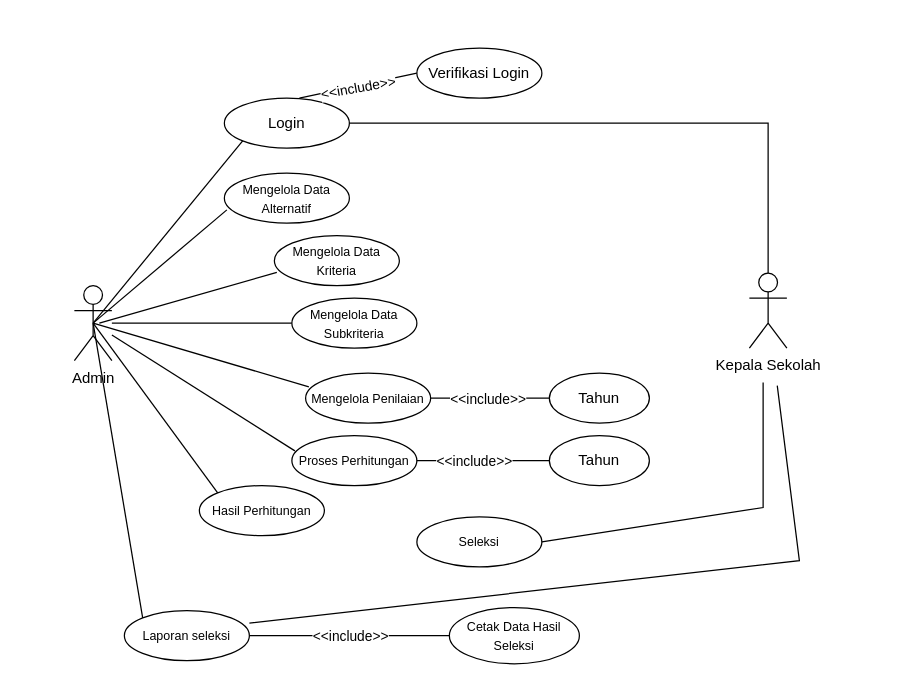
Earlier version of the draw.io diagram inputbeasiswa.drawio (ocawidiahara/oca-web-pertama). Source tidied: cells renumbered, new cells numbered last; positions are measured from the earlier drawing's top-left corner, leaving out a move shared by most shapes. Both pictures are drawn from the tidied source at 125%, with x=0, y=0 at pixel (74, 48).
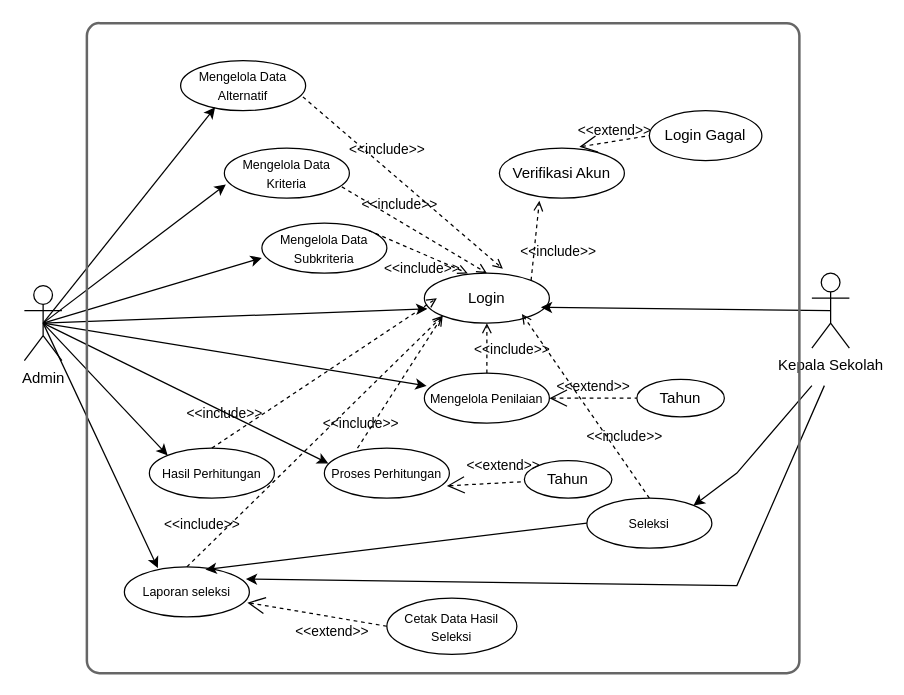
After the change.

Diff of the diagram source:
```diff
@@
     <mxCell id="2" value="Admin" style="shape=umlActor;verticalLabelPosition=bottom;verticalAlign=top;html=1;outlineConnect=0;" parent="1" vertex="1">
-      <mxGeometry y="190" width="30" height="60" as="geometry" />
+      <mxGeometry x="-40" y="190" width="30" height="60" as="geometry" />
     </mxCell>
     <mxCell id="3" value="Login" style="ellipse;whiteSpace=wrap;html=1;" parent="1" vertex="1">
-      <mxGeometry x="120" y="40" width="100" height="40" as="geometry" />
+      <mxGeometry x="280" y="180" width="100" height="40" as="geometry" />
     </mxCell>
-    <mxCell id="4" style="endArrow=none;html=1;rounded=0;entryX=0;entryY=0.5;entryDx=0;entryDy=0;" parent="1" edge="1" target="6">
-      <mxGeometry relative="1" as="geometry">
-        <mxPoint x="180" y="40" as="sourcePoint" />
-      </mxGeometry>
-    </mxCell>
-    <mxCell id="5" value="&amp;lt;&amp;lt;include&amp;gt;&amp;gt;" style="edgeLabel;html=1;align=center;verticalAlign=middle;rotation=-10;" parent="4" vertex="1">
-      <mxGeometry x="0.09" y="-3" relative="1" as="geometry">
-        <mxPoint x="-5" y="-1" as="offset" />
-      </mxGeometry>
-    </mxCell>
-    <mxCell id="6" value="Verifikasi Login" style="ellipse;whiteSpace=wrap;html=1;" parent="1" vertex="1">
-      <mxGeometry x="274" width="100" height="40" as="geometry" />
+    <mxCell id="6" value="Verifikasi Akun" style="ellipse;whiteSpace=wrap;html=1;" parent="1" vertex="1">
+      <mxGeometry x="340" y="80" width="100" height="40" as="geometry" />
     </mxCell>
+    <mxCell id="8" value="&lt;font style=&quot;font-size: 10px;&quot;&gt;Mengelola Data Alternatif&lt;/font&gt;" style="ellipse;whiteSpace=wrap;html=1;" parent="1" vertex="1">
+      <mxGeometry x="85" y="10" width="100" height="40" as="geometry" />
+    </mxCell>
+    <mxCell id="10" value="&lt;font style=&quot;font-size: 10px;&quot;&gt;Mengelola Data Kriteria&lt;/font&gt;" style="ellipse;whiteSpace=wrap;html=1;" parent="1" vertex="1">
+      <mxGeometry x="120" y="80" width="100" height="40" as="geometry" />
+    </mxCell>
+    <mxCell id="12" value="&lt;font style=&quot;font-size: 10px;&quot;&gt;Mengelola Data Subkriteria&lt;/font&gt;" style="ellipse;whiteSpace=wrap;html=1;" parent="1" vertex="1">
+      <mxGeometry x="150" y="140" width="100" height="40" as="geometry" />
+    </mxCell>
+    <mxCell id="14" value="&lt;font style=&quot;font-size: 10px;&quot;&gt;Mengelola Penilaian&lt;/font&gt;" style="ellipse;whiteSpace=wrap;html=1;" parent="1" vertex="1">
+      <mxGeometry x="280" y="260" width="100" height="40" as="geometry" />
+    </mxCell>
+    <mxCell id="16" value="&lt;span style=&quot;font-size: 10px;&quot;&gt;Proses Perhitungan&lt;/span&gt;" style="ellipse;whiteSpace=wrap;html=1;" parent="1" vertex="1">
+      <mxGeometry x="200" y="320" width="100" height="40" as="geometry" />
+    </mxCell>
+    <mxCell id="19" value="Tahun" style="ellipse;whiteSpace=wrap;html=1;" parent="1" vertex="1">
+      <mxGeometry x="450" y="265" width="70" height="30" as="geometry" />
+    </mxCell>
+    <mxCell id="22" value="Tahun" style="ellipse;whiteSpace=wrap;html=1;" parent="1" vertex="1">
+      <mxGeometry x="360" y="330" width="70" height="30" as="geometry" />
+    </mxCell>
+    <mxCell id="24" value="&lt;span style=&quot;font-size: 10px;&quot;&gt;Hasil Perhitungan&lt;/span&gt;" style="ellipse;whiteSpace=wrap;html=1;" parent="1" vertex="1">
+      <mxGeometry x="60" y="320" width="100" height="40" as="geometry" />
+    </mxCell>
+    <mxCell id="26" value="&lt;span style=&quot;font-size: 10px;&quot;&gt;Laporan seleksi&lt;/span&gt;" style="ellipse;whiteSpace=wrap;html=1;" parent="1" vertex="1">
+      <mxGeometry x="40" y="415" width="100" height="40" as="geometry" />
+    </mxCell>
+    <mxCell id="29" value="&lt;font style=&quot;font-size: 10px;&quot;&gt;Cetak Data Hasil Seleksi&lt;/font&gt;" style="ellipse;whiteSpace=wrap;html=1;" parent="1" vertex="1">
+      <mxGeometry x="250" y="440" width="104" height="45" as="geometry" />
+    </mxCell>
+    <mxCell id="31" value="Kepala Sekolah" style="shape=umlActor;verticalLabelPosition=bottom;verticalAlign=top;html=1;outlineConnect=0;" parent="1" vertex="1">
+      <mxGeometry x="590" y="180" width="30" height="60" as="geometry" />
+    </mxCell>
+    <mxCell id="33" value="&lt;span style=&quot;font-size: 10px;&quot;&gt;Seleksi&lt;/span&gt;" style="ellipse;whiteSpace=wrap;html=1;" parent="1" vertex="1">
+      <mxGeometry x="410" y="360" width="100" height="40" as="geometry" />
+    </mxCell>
+    <mxCell id="36" value="Login Gagal" style="ellipse;whiteSpace=wrap;html=1;" parent="1" vertex="1">
+      <mxGeometry x="460" y="50" width="90" height="40" as="geometry" />
+    </mxCell>
+    <mxCell id="35" style="endArrow=classic;html=1;rounded=0;exitX=0.5;exitY=0.5;exitDx=0;exitDy=0;exitPerimeter=0;entryX=0.024;entryY=0.715;entryDx=0;entryDy=0;entryPerimeter=0;" parent="1" edge="1" source="2" target="3">
+      <mxGeometry relative="1" as="geometry" />
+    </mxCell>
-    <mxCell id="7" style="endArrow=none;html=1;rounded=0;exitX=0.5;exitY=0.5;exitDx=0;exitDy=0;exitPerimeter=0;entryX=0.02;entryY=0.735;entryDx=0;entryDy=0;entryPerimeter=0;" parent="1" edge="1" source="2" target="8">
+    <mxCell id="7" style="endArrow=classic;html=1;rounded=0;entryX=0.276;entryY=0.935;entryDx=0;entryDy=0;entryPerimeter=0;exitX=0.5;exitY=0.5;exitDx=0;exitDy=0;exitPerimeter=0;" parent="1" edge="1" source="2" target="8">
       <mxGeometry relative="1" as="geometry" />
     </mxCell>
-    <mxCell id="8" value="&lt;font style=&quot;font-size: 10px;&quot;&gt;Mengelola Data Alternatif&lt;/font&gt;" style="ellipse;whiteSpace=wrap;html=1;" parent="1" vertex="1">
-      <mxGeometry x="120" y="100" width="100" height="40" as="geometry" />
-    </mxCell>
-    <mxCell id="9" style="endArrow=none;html=1;rounded=0;entryX=0.02;entryY=0.735;entryDx=0;entryDy=0;entryPerimeter=0;" parent="1" edge="1" target="10">
-      <mxGeometry relative="1" as="geometry">
-        <mxPoint x="20" y="220" as="sourcePoint" />
-      </mxGeometry>
-    </mxCell>
-    <mxCell id="10" value="&lt;font style=&quot;font-size: 10px;&quot;&gt;Mengelola Data Kriteria&lt;/font&gt;" style="ellipse;whiteSpace=wrap;html=1;" parent="1" vertex="1">
-      <mxGeometry x="160" y="150" width="100" height="40" as="geometry" />
-    </mxCell>
+    <mxCell id="37" style="endArrow=classic;html=1;rounded=0;entryX=0.012;entryY=0.725;entryDx=0;entryDy=0;entryPerimeter=0;exitX=0.5;exitY=0.5;exitDx=0;exitDy=0;exitPerimeter=0;" parent="1" edge="1" source="2" target="10">
+      <mxGeometry relative="1" as="geometry" />
+    </mxCell>
-    <mxCell id="11" style="endArrow=none;html=1;rounded=0;entryX=0;entryY=0.5;entryDx=0;entryDy=0;" parent="1" edge="1" source="2" target="12">
+    <mxCell id="11" style="endArrow=classic;html=1;rounded=0;exitX=0.5;exitY=0.5;exitDx=0;exitDy=0;exitPerimeter=0;entryX=0;entryY=0.695;entryDx=0;entryDy=0;entryPerimeter=0;" parent="1" edge="1" source="2" target="12">
       <mxGeometry relative="1" as="geometry" />
     </mxCell>
-    <mxCell id="12" value="&lt;font style=&quot;font-size: 10px;&quot;&gt;Mengelola Data Subkriteria&lt;/font&gt;" style="ellipse;whiteSpace=wrap;html=1;" parent="1" vertex="1">
-      <mxGeometry x="174" y="200" width="100" height="40" as="geometry" />
-    </mxCell>
-    <mxCell id="13" style="endArrow=none;html=1;rounded=0;exitX=0.5;exitY=0.5;exitDx=0;exitDy=0;exitPerimeter=0;entryX=0.026;entryY=0.275;entryDx=0;entryDy=0;entryPerimeter=0;" parent="1" edge="1" source="2" target="14">
+    <mxCell id="13" style="endArrow=classic;html=1;rounded=0;entryX=0.018;entryY=0.255;entryDx=0;entryDy=0;entryPerimeter=0;exitX=0.5;exitY=0.5;exitDx=0;exitDy=0;exitPerimeter=0;" parent="1" edge="1" source="2" target="14">
       <mxGeometry relative="1" as="geometry" />
     </mxCell>
-    <mxCell id="14" value="&lt;font style=&quot;font-size: 10px;&quot;&gt;Mengelola Penilaian&lt;/font&gt;" style="ellipse;whiteSpace=wrap;html=1;" parent="1" vertex="1">
-      <mxGeometry x="185" y="260" width="100" height="40" as="geometry" />
-    </mxCell>
-    <mxCell id="15" style="endArrow=none;html=1;rounded=0;entryX=0.024;entryY=0.305;entryDx=0;entryDy=0;entryPerimeter=0;" parent="1" edge="1" source="2" target="16">
+    <mxCell id="15" style="endArrow=classic;html=1;rounded=0;entryX=0.032;entryY=0.305;entryDx=0;entryDy=0;entryPerimeter=0;exitX=0.5;exitY=0.5;exitDx=0;exitDy=0;exitPerimeter=0;" parent="1" edge="1" source="2" target="16">
       <mxGeometry relative="1" as="geometry" />
     </mxCell>
-    <mxCell id="16" value="&lt;span style=&quot;font-size: 10px;&quot;&gt;Proses Perhitungan&lt;/span&gt;" style="ellipse;whiteSpace=wrap;html=1;" parent="1" vertex="1">
-      <mxGeometry x="174" y="310" width="100" height="40" as="geometry" />
-    </mxCell>
+    <mxCell id="23" style="endArrow=classic;html=1;rounded=0;entryX=0;entryY=0;entryDx=0;entryDy=0;exitX=0.5;exitY=0.5;exitDx=0;exitDy=0;exitPerimeter=0;" parent="1" edge="1" source="2" target="24">
+      <mxGeometry relative="1" as="geometry" />
+    </mxCell>
+    <mxCell id="30" style="endArrow=classic;html=1;rounded=0;exitX=0.5;exitY=0.5;exitDx=0;exitDy=0;exitPerimeter=0;entryX=0.932;entryY=0.685;entryDx=0;entryDy=0;entryPerimeter=0;" parent="1" edge="1" source="31" target="3">
+      <mxGeometry relative="1" as="geometry" />
+    </mxCell>
+    <mxCell id="25" style="endArrow=classic;html=1;rounded=0;entryX=0.268;entryY=0.025;entryDx=0;entryDy=0;exitX=0.5;exitY=0.5;exitDx=0;exitDy=0;exitPerimeter=0;entryPerimeter=0;" parent="1" edge="1" source="2" target="26">
+      <mxGeometry relative="1" as="geometry" />
+    </mxCell>
+    <mxCell id="38" style="endArrow=classic;html=1;rounded=0;entryX=1;entryY=0;entryDx=0;entryDy=0;" parent="1" edge="1" target="33">
+      <mxGeometry relative="1" as="geometry">
+        <mxPoint x="590" y="270" as="sourcePoint" />
+        <Array as="points">
+          <mxPoint x="530" y="340" />
+        </Array>
+      </mxGeometry>
+    </mxCell>
+    <mxCell id="39" style="endArrow=classic;html=1;rounded=0;entryX=0.972;entryY=0.245;entryDx=0;entryDy=0;entryPerimeter=0;" parent="1" edge="1" target="26">
+      <mxGeometry relative="1" as="geometry">
+        <mxPoint x="600" y="270" as="sourcePoint" />
+        <Array as="points">
+          <mxPoint x="530" y="430" />
+        </Array>
+      </mxGeometry>
+    </mxCell>
+    <mxCell id="40" value="&amp;lt;&amp;lt;include&amp;gt;&amp;gt;" style="edgeStyle=none;html=1;endArrow=open;verticalAlign=bottom;dashed=1;labelBackgroundColor=none;rounded=0;entryX=0.628;entryY=-0.085;entryDx=0;entryDy=0;exitX=0.978;exitY=0.725;exitDx=0;exitDy=0;exitPerimeter=0;entryPerimeter=0;" parent="1" edge="1" source="8" target="3">
+      <mxGeometry x="-0.2" y="5" relative="1" as="geometry" />
+    </mxCell>
+    <mxCell id="41" value="&amp;lt;&amp;lt;extend&amp;gt;&amp;gt;" style="edgeStyle=none;html=1;startArrow=open;endArrow=none;startSize=12;verticalAlign=bottom;dashed=1;labelBackgroundColor=none;rounded=0;entryX=0;entryY=0.5;entryDx=0;entryDy=0;exitX=0.64;exitY=-0.025;exitDx=0;exitDy=0;exitPerimeter=0;" parent="1" edge="1" source="6" target="36">
+      <mxGeometry relative="1" as="geometry" />
+    </mxCell>
+    <mxCell id="42" value="&amp;lt;&amp;lt;include&amp;gt;&amp;gt;" style="edgeStyle=none;html=1;endArrow=open;verticalAlign=bottom;dashed=1;labelBackgroundColor=none;rounded=0;entryX=0.348;entryY=0.005;entryDx=0;entryDy=0;exitX=1;exitY=0;exitDx=0;exitDy=0;entryPerimeter=0;" parent="1" edge="1" source="12" target="3">
+      <mxGeometry x="0.27" y="-20" relative="1" as="geometry">
+        <mxPoint y="-1" as="offset" />
+      </mxGeometry>
+    </mxCell>
+    <mxCell id="43" value="&amp;lt;&amp;lt;include&amp;gt;&amp;gt;" style="edgeStyle=none;html=1;endArrow=open;verticalAlign=bottom;dashed=1;labelBackgroundColor=none;rounded=0;entryX=0.5;entryY=0;entryDx=0;entryDy=0;exitX=0.94;exitY=0.775;exitDx=0;exitDy=0;exitPerimeter=0;" parent="1" edge="1" source="10" target="3">
+      <mxGeometry x="-0.24" y="4" relative="1" as="geometry" />
+    </mxCell>
-    <mxCell id="17" style="endArrow=none;html=1;rounded=0;exitX=1;exitY=0.5;exitDx=0;exitDy=0;entryX=0;entryY=0.5;entryDx=0;entryDy=0;" parent="1" edge="1" source="14" target="19">
+    <mxCell id="17" value="&amp;lt;&amp;lt;extend&amp;gt;&amp;gt;" style="edgeStyle=none;html=1;startArrow=open;endArrow=none;startSize=12;verticalAlign=bottom;dashed=1;labelBackgroundColor=none;rounded=0;exitX=1;exitY=0.5;exitDx=0;exitDy=0;entryX=0;entryY=0.5;entryDx=0;entryDy=0;" parent="1" edge="1" source="14" target="19">
       <mxGeometry relative="1" as="geometry" />
     </mxCell>
-    <mxCell id="18" value="&amp;lt;&amp;lt;include&amp;gt;&amp;gt;" style="edgeLabel;html=1;align=center;verticalAlign=middle;rotation=0;" parent="1" vertex="1">
-      <mxGeometry x="330" y="280" as="geometry" />
-    </mxCell>
-    <mxCell id="19" value="Tahun" style="ellipse;whiteSpace=wrap;html=1;" parent="1" vertex="1">
-      <mxGeometry x="380" y="260" width="80" height="40" as="geometry" />
-    </mxCell>
-    <mxCell id="20" style="endArrow=none;html=1;rounded=0;entryX=0;entryY=0.5;entryDx=0;entryDy=0;" parent="1" edge="1" source="16" target="22">
-      <mxGeometry relative="1" as="geometry" />
+    <mxCell id="20" value="&amp;lt;&amp;lt;extend&amp;gt;&amp;gt;" style="edgeStyle=none;html=1;startArrow=open;endArrow=none;startSize=12;verticalAlign=bottom;dashed=1;labelBackgroundColor=none;rounded=0;exitX=0.98;exitY=0.755;exitDx=0;exitDy=0;exitPerimeter=0;" parent="1" edge="1" source="16" target="22">
+      <mxGeometry x="0.44" y="5" relative="1" as="geometry" />
     </mxCell>
-    <mxCell id="21" value="&amp;lt;&amp;lt;include&amp;gt;&amp;gt;" style="edgeLabel;html=1;align=center;verticalAlign=middle;rotation=0;" parent="1" vertex="1">
-      <mxGeometry x="319" y="330" as="geometry" />
-    </mxCell>
-    <mxCell id="22" value="Tahun" style="ellipse;whiteSpace=wrap;html=1;" parent="1" vertex="1">
-      <mxGeometry x="380" y="310" width="80" height="40" as="geometry" />
-    </mxCell>
-    <mxCell id="23" style="endArrow=none;html=1;rounded=0;entryX=0;entryY=0;entryDx=0;entryDy=0;exitX=0.5;exitY=0.5;exitDx=0;exitDy=0;exitPerimeter=0;" parent="1" edge="1" source="2" target="24">
-      <mxGeometry relative="1" as="geometry" />
-    </mxCell>
-    <mxCell id="24" value="&lt;span style=&quot;font-size: 10px;&quot;&gt;Hasil Perhitungan&lt;/span&gt;" style="ellipse;whiteSpace=wrap;html=1;" parent="1" vertex="1">
-      <mxGeometry x="100" y="350" width="100" height="40" as="geometry" />
-    </mxCell>
-    <mxCell id="25" style="endArrow=none;html=1;rounded=0;entryX=0;entryY=0;entryDx=0;entryDy=0;exitX=0.5;exitY=0.5;exitDx=0;exitDy=0;exitPerimeter=0;" parent="1" edge="1" source="2" target="26">
-      <mxGeometry relative="1" as="geometry" />
-    </mxCell>
-    <mxCell id="26" value="&lt;span style=&quot;font-size: 10px;&quot;&gt;Laporan seleksi&lt;/span&gt;" style="ellipse;whiteSpace=wrap;html=1;" parent="1" vertex="1">
-      <mxGeometry x="40" y="450" width="100" height="40" as="geometry" />
-    </mxCell>
+    <mxCell id="44" value="&amp;lt;&amp;lt;include&amp;gt;&amp;gt;" style="edgeStyle=none;html=1;endArrow=open;verticalAlign=bottom;dashed=1;labelBackgroundColor=none;rounded=0;entryX=0;entryY=1;entryDx=0;entryDy=0;exitX=0.265;exitY=0;exitDx=0;exitDy=0;exitPerimeter=0;" parent="1" edge="1" source="16" target="3">
+      <mxGeometry x="-0.84" y="4" relative="1" as="geometry" />
+    </mxCell>
+    <mxCell id="45" value="&amp;lt;&amp;lt;include&amp;gt;&amp;gt;" style="edgeStyle=none;html=1;endArrow=open;verticalAlign=bottom;dashed=1;labelBackgroundColor=none;rounded=0;entryX=0.1;entryY=0.5;entryDx=0;entryDy=0;exitX=0.5;exitY=0;exitDx=0;exitDy=0;entryPerimeter=0;" parent="1" edge="1" source="24" target="3">
+      <mxGeometry x="-0.82" y="10" relative="1" as="geometry" />
+    </mxCell>
+    <mxCell id="46" value="&amp;lt;&amp;lt;include&amp;gt;&amp;gt;" style="edgeStyle=none;html=1;endArrow=open;verticalAlign=bottom;dashed=1;labelBackgroundColor=none;rounded=0;entryX=0.5;entryY=1;entryDx=0;entryDy=0;exitX=0.5;exitY=0;exitDx=0;exitDy=0;" parent="1" edge="1" source="14" target="3">
+      <mxGeometry x="-0.5" y="-20" relative="1" as="geometry" />
+    </mxCell>
+    <mxCell id="47" value="&amp;lt;&amp;lt;include&amp;gt;&amp;gt;" style="edgeStyle=none;html=1;endArrow=open;verticalAlign=bottom;dashed=1;labelBackgroundColor=none;rounded=0;entryX=0.78;entryY=0.815;entryDx=0;entryDy=0;exitX=0.5;exitY=0;exitDx=0;exitDy=0;entryPerimeter=0;" parent="1" edge="1" source="33" target="3">
+      <mxGeometry x="-0.51" y="-6" relative="1" as="geometry" />
+    </mxCell>
+    <mxCell id="48" style="endArrow=classic;html=1;rounded=0;exitX=0;exitY=0.5;exitDx=0;exitDy=0;entryX=0.648;entryY=0.055;entryDx=0;entryDy=0;entryPerimeter=0;" parent="1" edge="1" source="33" target="26">
+      <mxGeometry relative="1" as="geometry" />
+    </mxCell>
-    <mxCell id="27" style="endArrow=none;html=1;rounded=0;entryX=0;entryY=0.5;entryDx=0;entryDy=0;exitX=1;exitY=0.5;exitDx=0;exitDy=0;" parent="1" edge="1" source="26" target="29">
-      <mxGeometry relative="1" as="geometry" />
+    <mxCell id="27" value="&amp;lt;&amp;lt;extend&amp;gt;&amp;gt;" style="edgeStyle=none;html=1;startArrow=open;endArrow=none;startSize=12;verticalAlign=bottom;dashed=1;labelBackgroundColor=none;rounded=0;exitX=0.984;exitY=0.715;exitDx=0;exitDy=0;exitPerimeter=0;entryX=0;entryY=0.5;entryDx=0;entryDy=0;" parent="1" edge="1" source="26" target="29">
+      <mxGeometry x="0.27" y="-21" relative="1" as="geometry" />
     </mxCell>
-    <mxCell id="28" value="&amp;lt;&amp;lt;include&amp;gt;&amp;gt;" style="edgeLabel;html=1;align=center;verticalAlign=middle;rotation=0;" parent="1" vertex="1">
-      <mxGeometry x="220" y="470" as="geometry" />
-    </mxCell>
-    <mxCell id="29" value="&lt;font style=&quot;font-size: 10px;&quot;&gt;Cetak Data Hasil Seleksi&lt;/font&gt;" style="ellipse;whiteSpace=wrap;html=1;" parent="1" vertex="1">
-      <mxGeometry x="300" y="447.5" width="104" height="45" as="geometry" />
-    </mxCell>
-    <mxCell id="30" style="edgeStyle=orthogonalEdgeStyle;rounded=0;jettySize=auto;html=1;entryX=1;entryY=0.5;entryDx=0;entryDy=0;endArrow=none;startFill=0;" parent="1" edge="1" source="31" target="3">
-      <mxGeometry relative="1" as="geometry">
-        <Array as="points">
-          <mxPoint x="555" y="60" />
-        </Array>
-      </mxGeometry>
-    </mxCell>
-    <mxCell id="31" value="Kepala Sekolah" style="shape=umlActor;verticalLabelPosition=bottom;verticalAlign=top;html=1;outlineConnect=0;" parent="1" vertex="1">
-      <mxGeometry x="540" y="180" width="30" height="60" as="geometry" />
-    </mxCell>
-    <mxCell id="32" style="endArrow=none;html=1;rounded=0;exitX=1;exitY=0.25;exitDx=0;exitDy=0;exitPerimeter=0;" parent="1" edge="1" source="26">
-      <mxGeometry relative="1" as="geometry">
-        <mxPoint x="562.3" y="270" as="targetPoint" />
-        <Array as="points">
-          <mxPoint x="580" y="410" />
-        </Array>
-      </mxGeometry>
-    </mxCell>
-    <mxCell id="33" value="&lt;span style=&quot;font-size: 10px;&quot;&gt;Seleksi&lt;/span&gt;" style="ellipse;whiteSpace=wrap;html=1;" parent="1" vertex="1">
-      <mxGeometry x="274" y="375" width="100" height="40" as="geometry" />
-    </mxCell>
-    <mxCell id="34" style="endArrow=none;html=1;rounded=0;exitX=1;exitY=0.5;exitDx=0;exitDy=0;" parent="1" edge="1" source="33">
-      <mxGeometry relative="1" as="geometry">
-        <mxPoint x="551" y="367.5" as="targetPoint" />
-        <Array as="points">
-          <mxPoint x="551" y="367.5" />
-          <mxPoint x="551" y="267.5" />
-        </Array>
-      </mxGeometry>
-    </mxCell>
-    <mxCell id="35" style="endArrow=none;html=1;rounded=0;exitX=0.5;exitY=0.5;exitDx=0;exitDy=0;exitPerimeter=0;entryX=0;entryY=1;entryDx=0;entryDy=0;" parent="1" edge="1" source="2" target="3">
-      <mxGeometry relative="1" as="geometry" />
-    </mxCell>
+    <mxCell id="49" value="&amp;lt;&amp;lt;include&amp;gt;&amp;gt;" style="edgeStyle=none;html=1;endArrow=open;verticalAlign=bottom;dashed=1;labelBackgroundColor=none;rounded=0;entryX=0.32;entryY=1.055;entryDx=0;entryDy=0;exitX=1;exitY=0;exitDx=0;exitDy=0;entryPerimeter=0;" parent="1" edge="1" source="3" target="6">
+      <mxGeometry x="-0.5" y="-20" relative="1" as="geometry" />
+    </mxCell>
+    <mxCell id="50" value="&amp;lt;&amp;lt;include&amp;gt;&amp;gt;" style="edgeStyle=none;html=1;endArrow=open;verticalAlign=bottom;dashed=1;labelBackgroundColor=none;rounded=0;entryX=0;entryY=1;entryDx=0;entryDy=0;exitX=0.5;exitY=0;exitDx=0;exitDy=0;" parent="1" edge="1" source="26" target="3">
+      <mxGeometry x="-0.82" y="10" relative="1" as="geometry" />
+    </mxCell>
+    <mxCell id="51" style="rounded=1;fontSize=11;whiteSpace=wrap;html=1;arcSize=20;fillColor=none;strokeColor=#666666;fontColor=#333333;labelBackgroundColor=none;align=left;verticalAlign=bottom;labelBorderColor=none;spacingTop=0;spacing=10;perimeter=rectanglePerimeter;noLabel=0;labelPadding=0;absoluteArcSize=1;strokeWidth=2;" parent="1" vertex="1">
+      <mxGeometry x="10" y="-20" width="570" height="520" as="geometry" />
+    </mxCell>
```
